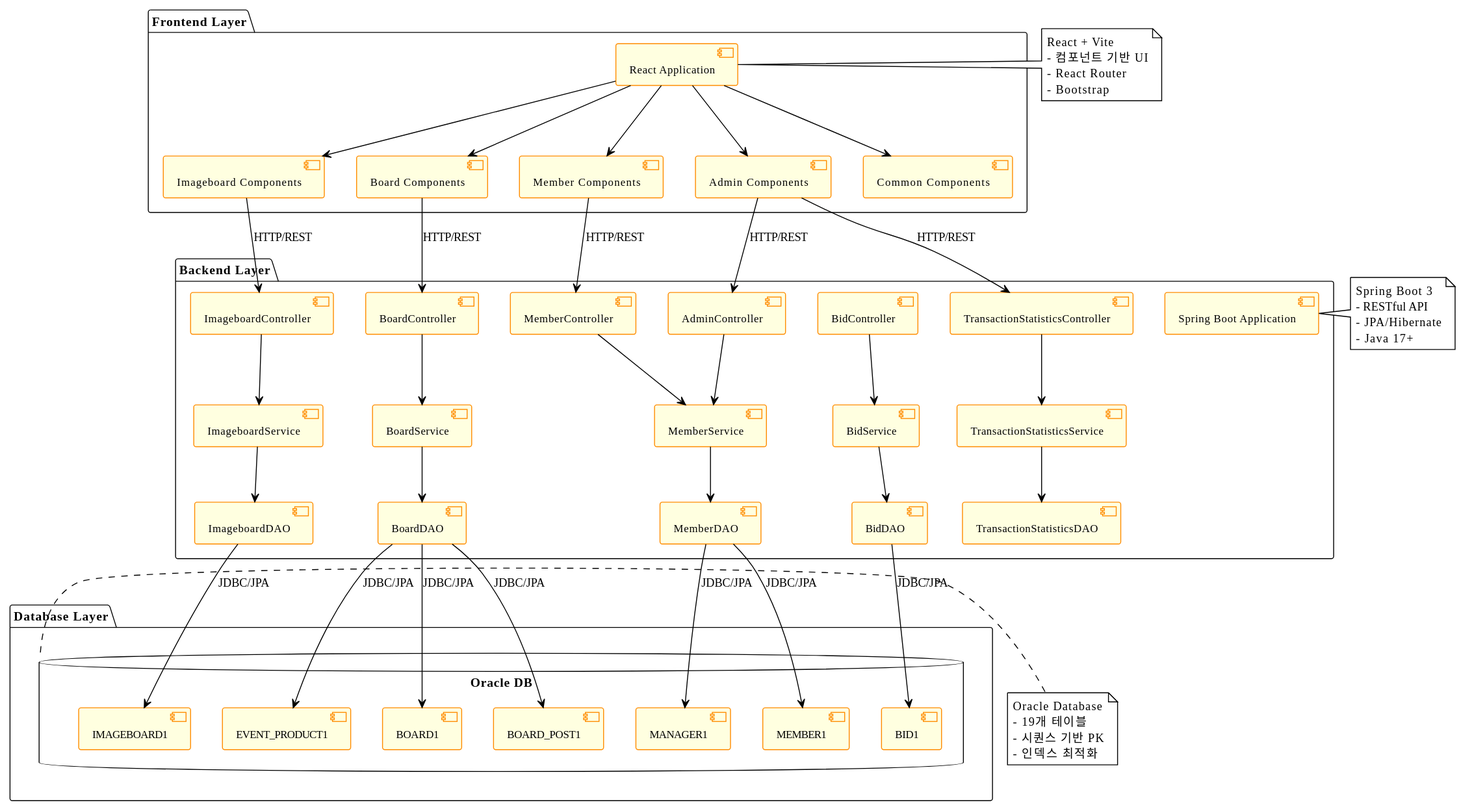
Before: Document/PPT/goldauction/컴포넌트_다이어그램_시스템_아키텍처.svg, a diagram exported from PlantUML (snlee1004/goldauction). Source of this version:
```plantuml
@startuml
!theme plain
skinparam defaultFontName "Malgun Gothic"
skinparam component {
    BackgroundColor LightYellow
    BorderColor DarkOrange
    FontSize 12
}

package "Frontend Layer" {
    [React Application] as ReactApp
    component [Imageboard Components] as ImageboardComp
    component [Member Components] as MemberComp
    component [Board Components] as BoardComp
    component [Admin Components] as AdminComp
    component [Common Components] as CommonComp
}

package "Backend Layer" {
    [Spring Boot Application] as SpringApp
    component [ImageboardController] as ImageboardCtrl
    component [MemberController] as MemberCtrl
    component [BoardController] as BoardCtrl
    component [BidController] as BidCtrl
    component [AdminController] as AdminCtrl
    component [TransactionStatisticsController] as StatsCtrl

    component [ImageboardService] as ImageboardSvc
    component [MemberService] as MemberSvc
    component [BoardService] as BoardSvc
    component [BidService] as BidSvc
    component [TransactionStatisticsService] as StatsSvc

    component [ImageboardDAO] as ImageboardDAO
    component [MemberDAO] as MemberDAO
    component [BoardDAO] as BoardDAO
    component [BidDAO] as BidDAO
    component [TransactionStatisticsDAO] as StatsDAO
}

package "Database Layer" {
    database "Oracle DB" {
        [IMAGEBOARD1] as ImageboardTable
        [BID1] as BidTable
        [MEMBER1] as MemberTable
        [BOARD1] as BoardTable
        [BOARD_POST1] as BoardPostTable
        [EVENT_PRODUCT1] as EventProductTable
        [MANAGER1] as ManagerTable
    }
}

ReactApp --> ImageboardComp
ReactApp --> MemberComp
ReactApp --> BoardComp
ReactApp --> AdminComp
ReactApp --> CommonComp

ImageboardComp --> ImageboardCtrl : HTTP/REST
MemberComp --> MemberCtrl : HTTP/REST
BoardComp --> BoardCtrl : HTTP/REST
AdminComp --> AdminCtrl : HTTP/REST
AdminComp --> StatsCtrl : HTTP/REST

ImageboardCtrl --> ImageboardSvc
MemberCtrl --> MemberSvc
BoardCtrl --> BoardSvc
BidCtrl --> BidSvc
AdminCtrl --> MemberSvc
StatsCtrl --> StatsSvc

ImageboardSvc --> ImageboardDAO
MemberSvc --> MemberDAO
BoardSvc --> BoardDAO
BidSvc --> BidDAO
StatsSvc --> StatsDAO

ImageboardDAO --> ImageboardTable : JDBC/JPA
BidDAO --> BidTable : JDBC/JPA
MemberDAO --> MemberTable : JDBC/JPA
BoardDAO --> BoardTable : JDBC/JPA
BoardDAO --> BoardPostTable : JDBC/JPA
BoardDAO --> EventProductTable : JDBC/JPA
MemberDAO --> ManagerTable : JDBC/JPA

note right of ReactApp
  React + Vite
  - 컴포넌트 기반 UI
  - React Router
  - Bootstrap
end note

note right of SpringApp
  Spring Boot 3
  - RESTful API
  - JPA/Hibernate
  - Java 17+
end note

note right of "Oracle DB"
  Oracle Database
  - 19개 테이블
  - 시퀀스 기반 PK
  - 인덱스 최적화
end note
@enduml
```
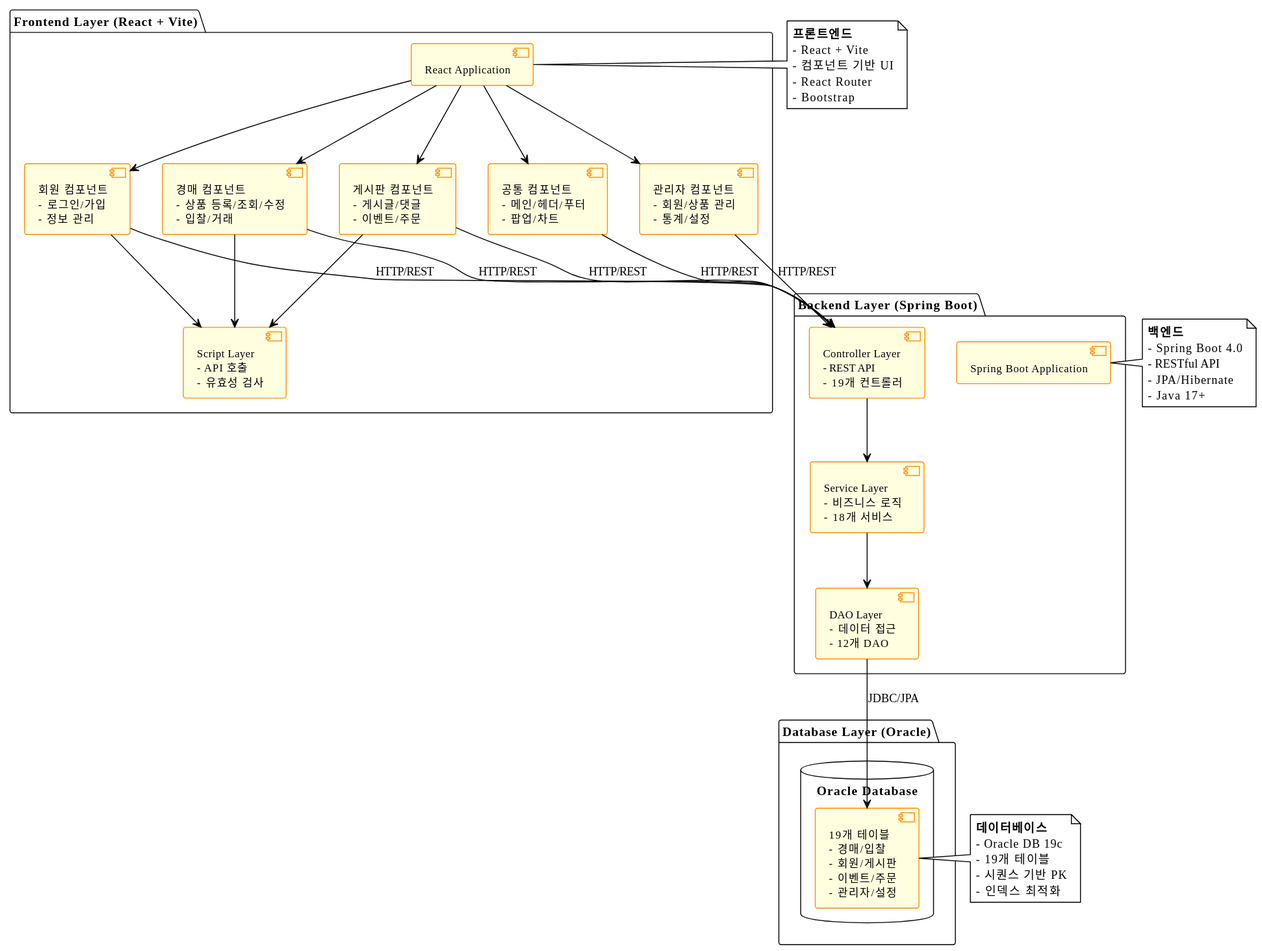
After the change.

Diff of the diagram source:
```diff
@@ -7,98 +7,67 @@
     FontSize 12
 }
 
-package "Frontend Layer" {
+package "Frontend Layer (React + Vite)" {
     [React Application] as ReactApp
-    component [Imageboard Components] as ImageboardComp
-    component [Member Components] as MemberComp
-    component [Board Components] as BoardComp
-    component [Admin Components] as AdminComp
-    component [Common Components] as CommonComp
+    component [경매 컴포넌트\n- 상품 등록/조회/수정\n- 입찰/거래] as ImageboardComp
+    component [회원 컴포넌트\n- 로그인/가입\n- 정보 관리] as MemberComp
+    component [게시판 컴포넌트\n- 게시글/댓글\n- 이벤트/주문] as BoardComp
+    component [관리자 컴포넌트\n- 회원/상품 관리\n- 통계/설정] as ManagerComp
+    component [공통 컴포넌트\n- 메인/헤더/푸터\n- 팝업/차트] as CommonComp
+    component [Script Layer\n- API 호출\n- 유효성 검사] as ScriptComp
 }
 
-package "Backend Layer" {
+package "Backend Layer (Spring Boot)" {
     [Spring Boot Application] as SpringApp
-    component [ImageboardController] as ImageboardCtrl
-    component [MemberController] as MemberCtrl
-    component [BoardController] as BoardCtrl
-    component [BidController] as BidCtrl
-    component [AdminController] as AdminCtrl
-    component [TransactionStatisticsController] as StatsCtrl
-
-    component [ImageboardService] as ImageboardSvc
-    component [MemberService] as MemberSvc
-    component [BoardService] as BoardSvc
-    component [BidService] as BidSvc
-    component [TransactionStatisticsService] as StatsSvc
-
-    component [ImageboardDAO] as ImageboardDAO
-    component [MemberDAO] as MemberDAO
-    component [BoardDAO] as BoardDAO
-    component [BidDAO] as BidDAO
-    component [TransactionStatisticsDAO] as StatsDAO
+    component [Controller Layer\n- REST API\n- 19개 컨트롤러] as ControllerLayer
+    component [Service Layer\n- 비즈니스 로직\n- 18개 서비스] as ServiceLayer
+    component [DAO Layer\n- 데이터 접근\n- 12개 DAO] as DAOLayer
 }
 
-package "Database Layer" {
-    database "Oracle DB" {
-        [IMAGEBOARD1] as ImageboardTable
-        [BID1] as BidTable
-        [MEMBER1] as MemberTable
-        [BOARD1] as BoardTable
-        [BOARD_POST1] as BoardPostTable
-        [EVENT_PRODUCT1] as EventProductTable
-        [MANAGER1] as ManagerTable
+package "Database Layer (Oracle)" {
+    database "Oracle Database" {
+        [19개 테이블\n- 경매/입찰\n- 회원/게시판\n- 이벤트/주문\n- 관리자/설정] as OracleDB
     }
 }
 
 ReactApp --> ImageboardComp
 ReactApp --> MemberComp
 ReactApp --> BoardComp
-ReactApp --> AdminComp
+ReactApp --> ManagerComp
 ReactApp --> CommonComp
+ImageboardComp --> ScriptComp
+MemberComp --> ScriptComp
+BoardComp --> ScriptComp
 
-ImageboardComp --> ImageboardCtrl : HTTP/REST
-MemberComp --> MemberCtrl : HTTP/REST
-BoardComp --> BoardCtrl : HTTP/REST
-AdminComp --> AdminCtrl : HTTP/REST
-AdminComp --> StatsCtrl : HTTP/REST
+ImageboardComp --> ControllerLayer : HTTP/REST
+MemberComp --> ControllerLayer : HTTP/REST
+BoardComp --> ControllerLayer : HTTP/REST
+ManagerComp --> ControllerLayer : HTTP/REST
+CommonComp --> ControllerLayer : HTTP/REST
 
-ImageboardCtrl --> ImageboardSvc
-MemberCtrl --> MemberSvc
-BoardCtrl --> BoardSvc
-BidCtrl --> BidSvc
-AdminCtrl --> MemberSvc
-StatsCtrl --> StatsSvc
-
-ImageboardSvc --> ImageboardDAO
-MemberSvc --> MemberDAO
-BoardSvc --> BoardDAO
-BidSvc --> BidDAO
-StatsSvc --> StatsDAO
-
-ImageboardDAO --> ImageboardTable : JDBC/JPA
-BidDAO --> BidTable : JDBC/JPA
-MemberDAO --> MemberTable : JDBC/JPA
-BoardDAO --> BoardTable : JDBC/JPA
-BoardDAO --> BoardPostTable : JDBC/JPA
-BoardDAO --> EventProductTable : JDBC/JPA
-MemberDAO --> ManagerTable : JDBC/JPA
+ControllerLayer --> ServiceLayer
+ServiceLayer --> DAOLayer
+DAOLayer --> OracleDB : JDBC/JPA
 
 note right of ReactApp
-  React + Vite
+  **프론트엔드**
+  - React + Vite
   - 컴포넌트 기반 UI
   - React Router
   - Bootstrap
 end note
 
 note right of SpringApp
-  Spring Boot 3
+  **백엔드**
+  - Spring Boot 4.0
   - RESTful API
   - JPA/Hibernate
   - Java 17+
 end note
 
-note right of "Oracle DB"
-  Oracle Database
+note right of OracleDB
+  **데이터베이스**
+  - Oracle DB 19c
   - 19개 테이블
   - 시퀀스 기반 PK
   - 인덱스 최적화
```
